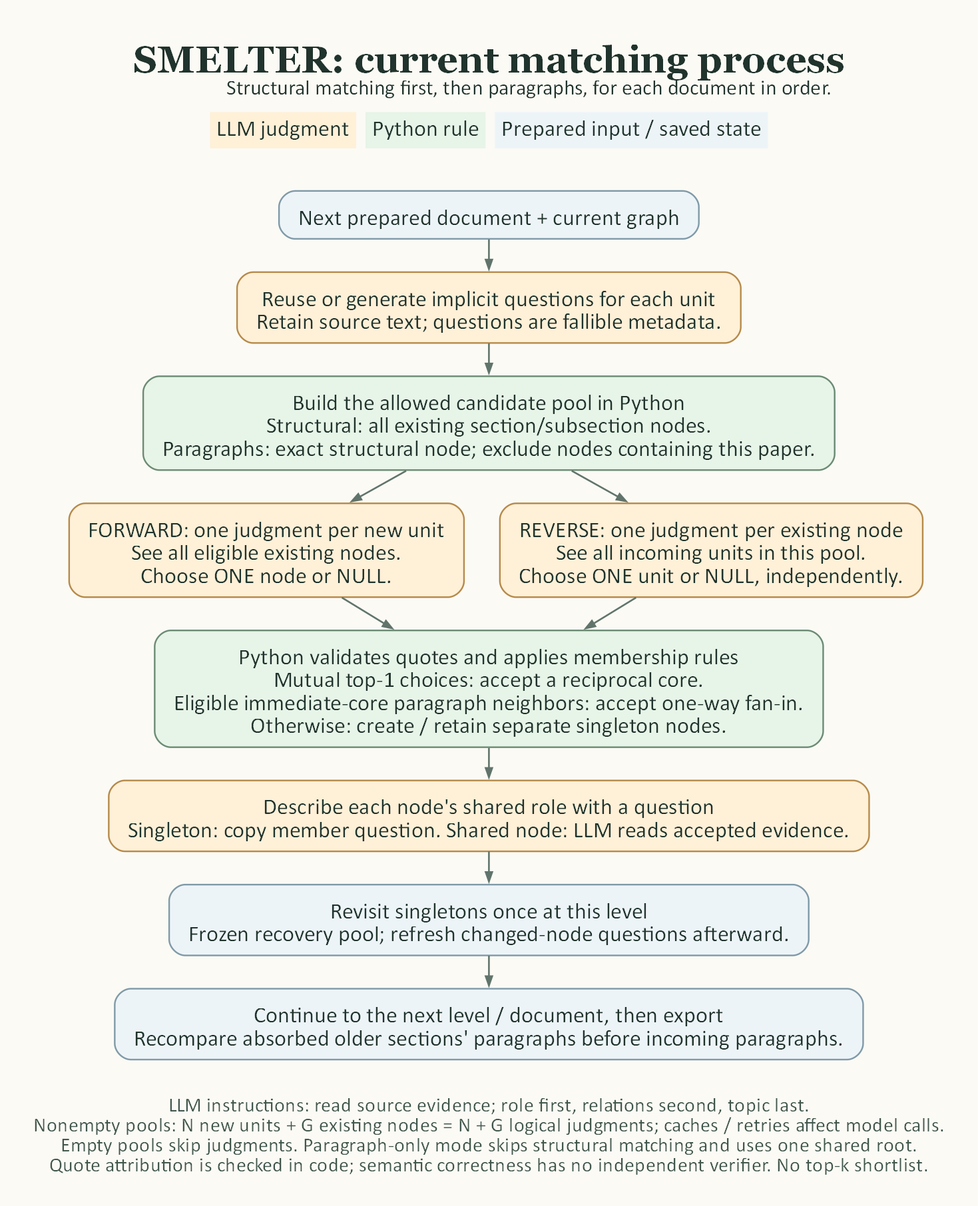
GraceGSy/SME-prototype keeps this Graphviz diagram as docs/diagrams/matching-current.png. Above is the earlier version. Its source is kept beside it as docs/diagrams/matching-current.dot. Its diagram source:
```dot
digraph Matching {
  graph [rankdir=TB, bgcolor="#fbfaf5", pad=0.35, nodesep=0.38, ranksep=0.35,
         splines=polyline, fontname="Georgia", fontcolor="#20332c", labelloc=t,
         label=<<FONT POINT-SIZE="28"><B>SMELTER: current matching process</B></FONT><BR/>
                <FONT FACE="Calibri" POINT-SIZE="16">Structural matching first, then paragraphs, for each document in order.</FONT>>];
  node [shape=box, style="rounded,filled", fillcolor="#e7f4e8", color="#6b8b73",
        fontname="Calibri", fontsize=17, fontcolor="#20332c", margin="0.20,0.13", penwidth=1.2];
  edge [color="#60746c", arrowsize=0.7, penwidth=1.3, fontname="Calibri", fontsize=14,
        fontcolor="#384d43"];

  legend [shape=plain, style="", label=<<TABLE BORDER="0" CELLBORDER="0" CELLSPACING="7" CELLPADDING="5">
    <TR><TD BGCOLOR="#fff0d8">LLM judgment</TD><TD BGCOLOR="#e7f4e8">Python rule</TD><TD BGCOLOR="#edf4f8">Prepared input / saved state</TD></TR>
  </TABLE>>];
  input [fillcolor="#edf4f8", color="#7f9aa8",
         label="Next prepared document + current graph"];
  questions [fillcolor="#fff0d8", color="#b68a49",
             label="Reuse or generate implicit questions for each unit\nRetain source text; questions are fallible metadata."];
  pool [label="Build the allowed candidate pool in Python\nStructural: all existing section/subsection nodes.\nParagraphs: exact structural node; exclude nodes containing this paper."];
  forward [fillcolor="#fff0d8", color="#b68a49",
           label="FORWARD: one judgment per new unit\nSee all eligible existing nodes.\nChoose ONE node or NULL."];
  reverse [fillcolor="#fff0d8", color="#b68a49",
           label="REVERSE: one judgment per existing node\nSee all incoming units in this pool.\nChoose ONE unit or NULL, independently."];
  accept [label="Python validates quotes and applies membership rules\nMutual top-1 choices: accept a reciprocal core.\nEligible immediate-core paragraph neighbors: accept one-way fan-in.\nOtherwise: create / retain separate singleton nodes."];
  labels [fillcolor="#fff0d8", color="#b68a49",
          label="Describe each node's shared role with a question\nSingleton: copy member question. Shared node: LLM reads accepted evidence."];
  recovery [fillcolor="#edf4f8", color="#7f9aa8",
            label="Revisit singletons once at this level\nFrozen recovery pool; refresh changed-node questions afterward."];
  next [fillcolor="#edf4f8", color="#7f9aa8",
        label="Continue to the next level / document, then export\nRecompare absorbed older sections' paragraphs before incoming paragraphs."];
  notes [shape=plain, style="", fontname="Calibri", fontsize=15, fontcolor="#42574c",
         label="LLM instructions: read source evidence; role first, relations second, topic last.\nNonempty pools: N new units + G existing nodes = N + G logical judgments; caches / retries affect model calls.\nEmpty pools skip judgments. Paragraph-only mode skips structural matching and uses one shared root.\nQuote attribution is checked in code; semantic correctness has no independent verifier. No top-k shortlist."];

  legend -> input [style=invis];
  input -> questions -> pool;
  pool -> forward;
  pool -> reverse;
  {rank=same; forward; reverse;}
  forward -> accept;
  reverse -> accept;
  accept -> labels -> recovery -> next;
  next -> notes [style=invis];
}
```
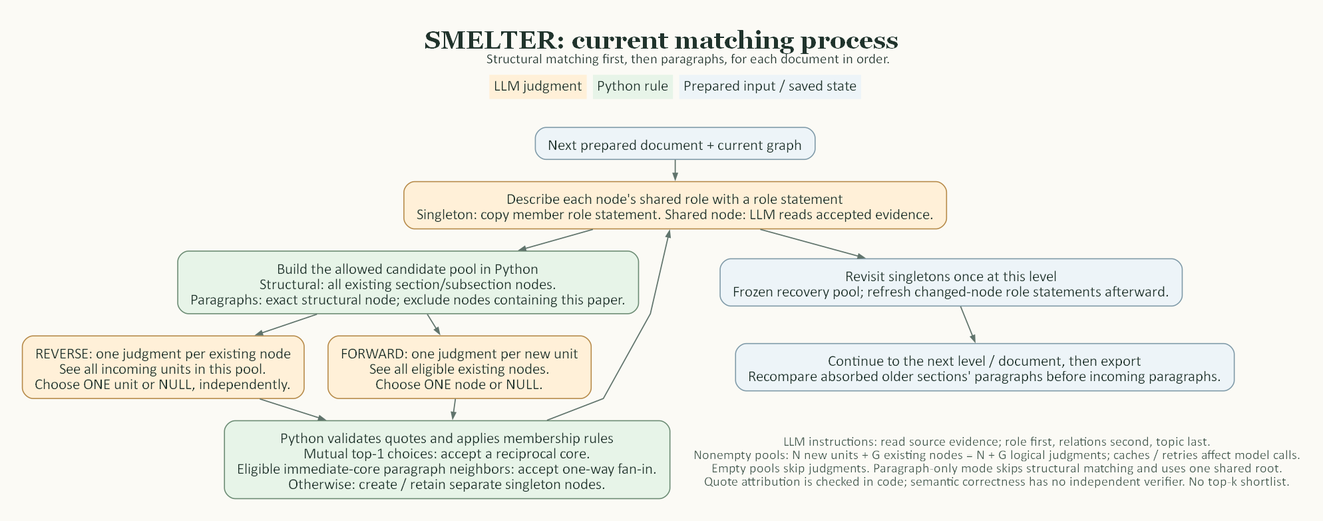
After the change.

Change to the diagram source:
```diff
@@ -13,8 +13,8 @@
   </TABLE>>];
   input [fillcolor="#edf4f8", color="#7f9aa8",
          label="Next prepared document + current graph"];
-  questions [fillcolor="#fff0d8", color="#b68a49",
-             label="Reuse or generate implicit questions for each unit\nRetain source text; questions are fallible metadata."];
+  labels [fillcolor="#fff0d8", color="#b68a49",
+             label="Reuse or generate implicit role statements for each unit\nRetain source text; role statements are fallible metadata."];
   pool [label="Build the allowed candidate pool in Python\nStructural: all existing section/subsection nodes.\nParagraphs: exact structural node; exclude nodes containing this paper."];
   forward [fillcolor="#fff0d8", color="#b68a49",
            label="FORWARD: one judgment per new unit\nSee all eligible existing nodes.\nChoose ONE node or NULL."];
@@ -22,16 +22,16 @@
            label="REVERSE: one judgment per existing node\nSee all incoming units in this pool.\nChoose ONE unit or NULL, independently."];
   accept [label="Python validates quotes and applies membership rules\nMutual top-1 choices: accept a reciprocal core.\nEligible immediate-core paragraph neighbors: accept one-way fan-in.\nOtherwise: create / retain separate singleton nodes."];
   labels [fillcolor="#fff0d8", color="#b68a49",
-          label="Describe each node's shared role with a question\nSingleton: copy member question. Shared node: LLM reads accepted evidence."];
+          label="Describe each node's shared role with a role statement\nSingleton: copy member role statement. Shared node: LLM reads accepted evidence."];
   recovery [fillcolor="#edf4f8", color="#7f9aa8",
-            label="Revisit singletons once at this level\nFrozen recovery pool; refresh changed-node questions afterward."];
+            label="Revisit singletons once at this level\nFrozen recovery pool; refresh changed-node role statements afterward."];
   next [fillcolor="#edf4f8", color="#7f9aa8",
         label="Continue to the next level / document, then export\nRecompare absorbed older sections' paragraphs before incoming paragraphs."];
   notes [shape=plain, style="", fontname="Calibri", fontsize=15, fontcolor="#42574c",
          label="LLM instructions: read source evidence; role first, relations second, topic last.\nNonempty pools: N new units + G existing nodes = N + G logical judgments; caches / retries affect model calls.\nEmpty pools skip judgments. Paragraph-only mode skips structural matching and uses one shared root.\nQuote attribution is checked in code; semantic correctness has no independent verifier. No top-k shortlist."];
 
   legend -> input [style=invis];
-  input -> questions -> pool;
+  input -> labels -> pool;
   pool -> forward;
   pool -> reverse;
   {rank=same; forward; reverse;}
```
